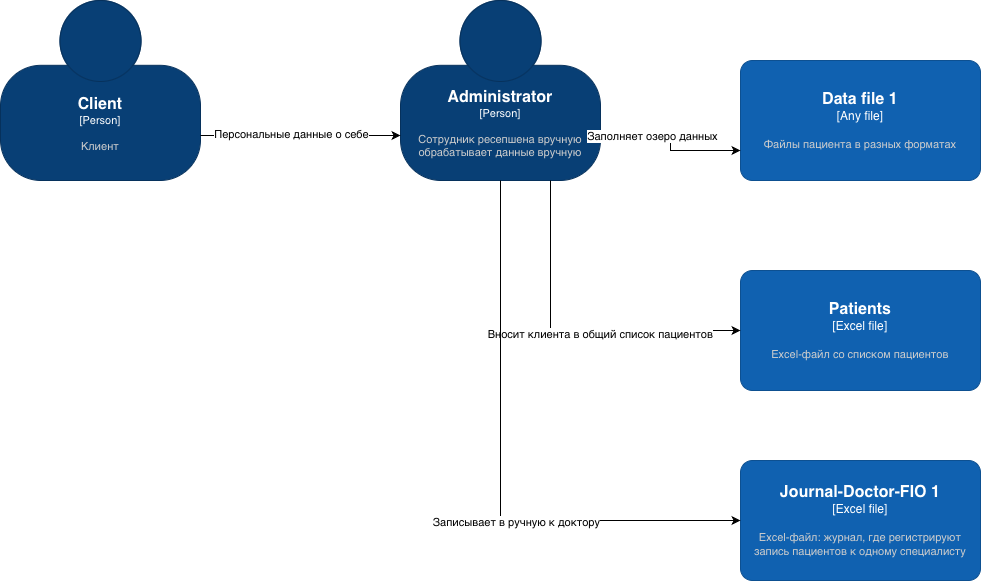
KatodForAnod/architecture-medikamente keeps this draw.io diagram as Task1/data flow diagrams/client_administrator.drawio.png. Above is the earlier version. Source tidied: cells renumbered, new cells last; positions are measured from the earlier drawing's top-left corner, leaving out a move shared by most shapes. The source it was exported from:
```xml
<mxGraphModel>
  <root>
    <mxCell id="0" />
    <mxCell id="1" parent="0" />
    <object id="2" label="&lt;font style=&quot;font-size: 16px&quot;&gt;&lt;b&gt;%c4Name%&lt;/b&gt;&lt;/font&gt;&lt;div&gt;[%c4Type%]&lt;/div&gt;&lt;br&gt;&lt;div&gt;&lt;font style=&quot;font-size: 11px&quot;&gt;&lt;font color=&quot;#cccccc&quot;&gt;%c4Description%&lt;/font&gt;&lt;/div&gt;" c4Description="Сотрудник ресепшена вручную обрабатывает данные вручную" c4Name="Administrator" c4Type="Person" placeholders="1">
      <mxCell style="html=1;fontSize=11;dashed=0;whiteSpace=wrap;fillColor=#083F75;strokeColor=#06315C;fontColor=#ffffff;shape=mxgraph.c4.person2;align=center;points=[[0.5,0,0],[1,0.5,0],[1,0.75,0],[0.75,1,0],[0.5,1,0],[0.25,1,0],[0,0.75,0],[0,0.5,0]];" parent="1" vertex="1">
        <mxGeometry x="400" width="200" height="180" as="geometry" />
      </mxCell>
    </object>
    <object id="3" label="&lt;font style=&quot;font-size: 16px&quot;&gt;&lt;b&gt;%c4Name%&lt;/b&gt;&lt;/font&gt;&lt;div&gt;[%c4Type%]&lt;/div&gt;&lt;br&gt;&lt;div&gt;&lt;font style=&quot;font-size: 11px&quot;&gt;&lt;font color=&quot;#cccccc&quot;&gt;%c4Description%&lt;/font&gt;&lt;/div&gt;" c4Description="Клиент" c4Name="Client" c4Type="Person" placeholders="1">
      <mxCell style="html=1;fontSize=11;dashed=0;whiteSpace=wrap;fillColor=#083F75;strokeColor=#06315C;fontColor=#ffffff;shape=mxgraph.c4.person2;align=center;points=[[0.5,0,0],[1,0.5,0],[1,0.75,0],[0.75,1,0],[0.5,1,0],[0.25,1,0],[0,0.75,0],[0,0.5,0]];" parent="1" vertex="1">
        <mxGeometry width="200" height="180" as="geometry" />
      </mxCell>
    </object>
    <mxCell id="4" style="edgeStyle=orthogonalEdgeStyle;rounded=0;jettySize=auto;html=1;exitX=1;exitY=0.75;exitDx=0;exitDy=0;exitPerimeter=0;entryX=0;entryY=0.75;entryDx=0;entryDy=0;entryPerimeter=0;" parent="1" edge="1" source="3" target="2">
      <mxGeometry relative="1" as="geometry" />
    </mxCell>
    <mxCell id="5" value="Персональные данные о себе" style="edgeLabel;html=1;align=center;verticalAlign=middle;" parent="4" vertex="1">
      <mxGeometry x="-0.24" y="2" relative="1" as="geometry">
        <mxPoint x="14" as="offset" />
      </mxGeometry>
    </mxCell>
    <object id="6" label="&lt;font style=&quot;font-size: 16px&quot;&gt;&lt;b&gt;%c4Name%&lt;/b&gt;&lt;/font&gt;&lt;div&gt;[%c4Type%]&lt;/div&gt;&lt;br&gt;&lt;div&gt;&lt;font style=&quot;font-size: 11px&quot;&gt;&lt;font color=&quot;#cccccc&quot;&gt;%c4Description%&lt;/font&gt;&lt;/div&gt;" c4Description="Файлы пациента в разных форматах" c4Name="Data file 1" c4Type="Any file" placeholders="1">
      <mxCell style="rounded=1;whiteSpace=wrap;html=1;labelBackgroundColor=none;fillColor=#1061B0;fontColor=#ffffff;align=center;arcSize=10;strokeColor=#0D5091;points=[[0.25,0,0],[0.5,0,0],[0.75,0,0],[1,0.25,0],[1,0.5,0],[1,0.75,0],[0.75,1,0],[0.5,1,0],[0.25,1,0],[0,0.75,0],[0,0.5,0],[0,0.25,0]];" parent="1" vertex="1">
        <mxGeometry x="740" y="60" width="240" height="120" as="geometry" />
      </mxCell>
    </object>
    <mxCell id="7" style="edgeStyle=orthogonalEdgeStyle;rounded=0;jettySize=auto;html=1;exitX=1;exitY=0.75;exitDx=0;exitDy=0;exitPerimeter=0;entryX=0;entryY=0.75;entryDx=0;entryDy=0;entryPerimeter=0;" parent="1" edge="1" source="2" target="6">
      <mxGeometry relative="1" as="geometry" />
    </mxCell>
    <mxCell id="8" value="Заполняет озеро данных" style="edgeLabel;html=1;align=center;verticalAlign=middle;" parent="7" vertex="1">
      <mxGeometry x="-0.34" relative="1" as="geometry" />
    </mxCell>
    <object id="9" label="&lt;font style=&quot;font-size: 16px&quot;&gt;&lt;b&gt;%c4Name%&lt;/b&gt;&lt;/font&gt;&lt;div&gt;[%c4Type%]&lt;/div&gt;&lt;br&gt;&lt;div&gt;&lt;font style=&quot;font-size: 11px&quot;&gt;&lt;font color=&quot;#cccccc&quot;&gt;%c4Description%&lt;/font&gt;&lt;/div&gt;" c4Description="Excel-файл со списком пациентов" c4Name="Patients" c4Type="Excel file" placeholders="1">
      <mxCell style="rounded=1;whiteSpace=wrap;html=1;labelBackgroundColor=none;fillColor=#1061B0;fontColor=#ffffff;align=center;arcSize=10;strokeColor=#0D5091;points=[[0.25,0,0],[0.5,0,0],[0.75,0,0],[1,0.25,0],[1,0.5,0],[1,0.75,0],[0.75,1,0],[0.5,1,0],[0.25,1,0],[0,0.75,0],[0,0.5,0],[0,0.25,0]];" parent="1" vertex="1">
        <mxGeometry x="740" y="270" width="240" height="120" as="geometry" />
      </mxCell>
    </object>
    <object id="10" label="&lt;font style=&quot;font-size: 16px&quot;&gt;&lt;b&gt;%c4Name%&lt;/b&gt;&lt;/font&gt;&lt;div&gt;[%c4Type%]&lt;/div&gt;&lt;br&gt;&lt;div&gt;&lt;font style=&quot;font-size: 11px&quot;&gt;&lt;font color=&quot;#cccccc&quot;&gt;%c4Description%&lt;/font&gt;&lt;/div&gt;" c4Description="Excel-файл: журнал, где регистрируют запись пациентов к одному специалисту" c4Name="Journal-Doctor-FIO 1" c4Type="Excel file" placeholders="1">
      <mxCell style="rounded=1;whiteSpace=wrap;html=1;labelBackgroundColor=none;fillColor=#1061B0;fontColor=#ffffff;align=center;arcSize=10;strokeColor=#0D5091;points=[[0.25,0,0],[0.5,0,0],[0.75,0,0],[1,0.25,0],[1,0.5,0],[1,0.75,0],[0.75,1,0],[0.5,1,0],[0.25,1,0],[0,0.75,0],[0,0.5,0],[0,0.25,0]];" parent="1" vertex="1">
        <mxGeometry x="740" y="460" width="240" height="120" as="geometry" />
      </mxCell>
    </object>
    <mxCell id="11" style="edgeStyle=orthogonalEdgeStyle;rounded=0;jettySize=auto;html=1;exitX=0.75;exitY=1;exitDx=0;exitDy=0;exitPerimeter=0;entryX=0;entryY=0.5;entryDx=0;entryDy=0;entryPerimeter=0;" parent="1" edge="1" source="2" target="9">
      <mxGeometry relative="1" as="geometry" />
    </mxCell>
    <mxCell id="12" value="Вносит клиента в общий список пациентов" style="edgeLabel;html=1;align=center;verticalAlign=middle;" parent="11" vertex="1">
      <mxGeometry x="0.17" y="-3" relative="1" as="geometry" />
    </mxCell>
    <mxCell id="13" style="edgeStyle=orthogonalEdgeStyle;rounded=0;jettySize=auto;html=1;exitX=0.5;exitY=1;exitDx=0;exitDy=0;exitPerimeter=0;entryX=0;entryY=0.5;entryDx=0;entryDy=0;entryPerimeter=0;" parent="1" edge="1" source="2" target="10">
      <mxGeometry relative="1" as="geometry" />
    </mxCell>
    <mxCell id="14" value="Записывает в ручную к доктору" style="edgeLabel;html=1;align=center;verticalAlign=middle;" parent="13" vertex="1">
      <mxGeometry x="0.22" y="-1" relative="1" as="geometry" />
    </mxCell>
  </root>
</mxGraphModel>
```
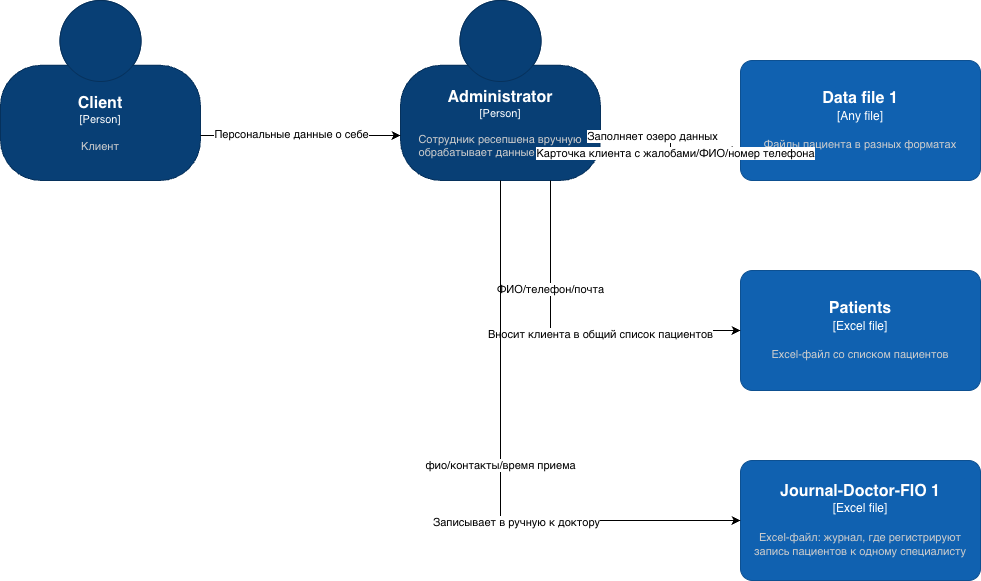
The same diagram one commit later.

What changed in the source:
```diff
@@ -31,6 +31,9 @@
     <mxCell id="8" value="Заполняет озеро данных" style="edgeLabel;html=1;align=center;verticalAlign=middle;" parent="7" vertex="1">
       <mxGeometry x="-0.34" relative="1" as="geometry" />
     </mxCell>
+    <mxCell id="15" value="Карточка клиента с жалобами/ФИО/номер телефона" style="edgeLabel;html=1;align=center;verticalAlign=middle;" parent="7" vertex="1">
+      <mxGeometry x="0.15" y="-2" relative="1" as="geometry" />
+    </mxCell>
     <object id="9" label="&lt;font style=&quot;font-size: 16px&quot;&gt;&lt;b&gt;%c4Name%&lt;/b&gt;&lt;/font&gt;&lt;div&gt;[%c4Type%]&lt;/div&gt;&lt;br&gt;&lt;div&gt;&lt;font style=&quot;font-size: 11px&quot;&gt;&lt;font color=&quot;#cccccc&quot;&gt;%c4Description%&lt;/font&gt;&lt;/div&gt;" c4Description="Excel-файл со списком пациентов" c4Name="Patients" c4Type="Excel file" placeholders="1">
       <mxCell style="rounded=1;whiteSpace=wrap;html=1;labelBackgroundColor=none;fillColor=#1061B0;fontColor=#ffffff;align=center;arcSize=10;strokeColor=#0D5091;points=[[0.25,0,0],[0.5,0,0],[0.75,0,0],[1,0.25,0],[1,0.5,0],[1,0.75,0],[0.75,1,0],[0.5,1,0],[0.25,1,0],[0,0.75,0],[0,0.5,0],[0,0.25,0]];" parent="1" vertex="1">
         <mxGeometry x="740" y="270" width="240" height="120" as="geometry" />
@@ -47,11 +50,17 @@
     <mxCell id="12" value="Вносит клиента в общий список пациентов" style="edgeLabel;html=1;align=center;verticalAlign=middle;" parent="11" vertex="1">
       <mxGeometry x="0.17" y="-3" relative="1" as="geometry" />
     </mxCell>
+    <mxCell id="16" value="ФИО/телефон/почта" style="edgeLabel;html=1;align=center;verticalAlign=middle;" parent="11" vertex="1">
+      <mxGeometry x="-0.36" y="-1" relative="1" as="geometry" />
+    </mxCell>
     <mxCell id="13" style="edgeStyle=orthogonalEdgeStyle;rounded=0;jettySize=auto;html=1;exitX=0.5;exitY=1;exitDx=0;exitDy=0;exitPerimeter=0;entryX=0;entryY=0.5;entryDx=0;entryDy=0;entryPerimeter=0;" parent="1" edge="1" source="2" target="10">
       <mxGeometry relative="1" as="geometry" />
     </mxCell>
     <mxCell id="14" value="Записывает в ручную к доктору" style="edgeLabel;html=1;align=center;verticalAlign=middle;" parent="13" vertex="1">
       <mxGeometry x="0.22" y="-1" relative="1" as="geometry" />
     </mxCell>
+    <mxCell id="17" value="фио/контакты/время приема" style="edgeLabel;html=1;align=center;verticalAlign=middle;" parent="13" vertex="1">
+      <mxGeometry x="-0.02" y="-1" relative="1" as="geometry" />
+    </mxCell>
   </root>
 </mxGraphModel>
```
